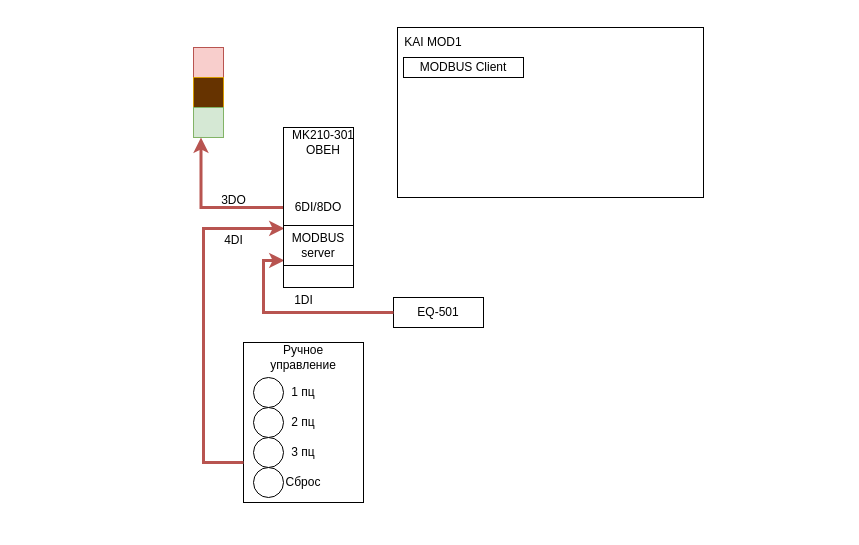
The draw.io diagram page "Общая схема" (1 of 2) of KAI.drawio in megavad/Diagrams, before the edit. Source tidied: cells renumbered, new cells numbered last; positions are measured from the earlier drawing's top-left corner, leaving out a move shared by most shapes. Both pictures are drawn from the tidied source at 100%, with x=0, y=0 at pixel (193, 27).
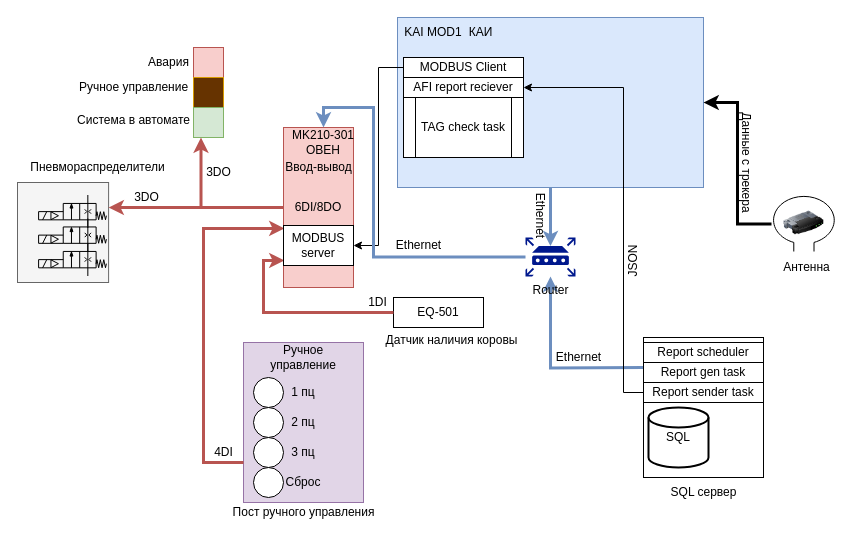
Above is the later version.

The change refers to these unchanged cells:
```xml
<mxCell id="18" value="MK210-301&lt;div&gt;ОВЕН&lt;/div&gt;" style="text;html=1;align=center;verticalAlign=middle;whiteSpace=wrap;rounded=0;" parent="1" vertex="1">
  <mxGeometry x="70" y="100" width="120" height="30" as="geometry" />
</mxCell>
<mxCell id="26" value="MODBUS Client" style="rounded=0;whiteSpace=wrap;html=1;" parent="1" vertex="1">
  <mxGeometry x="210" y="30" width="120" height="20" as="geometry" />
</mxCell>
<mxCell id="27" value="MODBUS server" style="rounded=0;whiteSpace=wrap;html=1;" parent="1" vertex="1">
  <mxGeometry x="90" y="198" width="70" height="40" as="geometry" />
</mxCell>
```

The edit, as a diff of the source:
```diff
@@
+    <mxCell id="28" style="rounded=0;whiteSpace=wrap;html=1;fillColor=#f5f5f5;fontColor=#333333;strokeColor=#666666;" parent="1" vertex="1">
+      <mxGeometry x="-176" y="155" width="91.1" height="100" as="geometry" />
+    </mxCell>
@@
+    <mxCell id="29" style="edgeStyle=orthogonalEdgeStyle;rounded=0;jettySize=auto;html=1;entryX=1;entryY=0.25;entryDx=0;entryDy=0;strokeWidth=3;fillColor=#f8cecc;strokeColor=#b85450;" parent="1" edge="1" source="6" target="28">
+      <mxGeometry relative="1" as="geometry" />
+    </mxCell>
-    <mxCell id="6" value="6DI/8DO" style="rounded=0;whiteSpace=wrap;html=1;" parent="1" vertex="1">
+    <mxCell id="6" value="6DI/8DO" style="rounded=0;whiteSpace=wrap;html=1;fillColor=#f8cecc;strokeColor=#b85450;" parent="1" vertex="1">
       <mxGeometry x="90" y="100" width="70" height="160" as="geometry" />
     </mxCell>
-    <mxCell id="7" style="rounded=0;whiteSpace=wrap;html=1;" parent="1" vertex="1">
+    <mxCell id="7" style="rounded=0;whiteSpace=wrap;html=1;fillColor=#e1d5e7;strokeColor=#9673a6;" parent="1" vertex="1">
       <mxGeometry x="50" y="315" width="120" height="160" as="geometry" />
     </mxCell>
@@
     <mxCell id="19" value="3DO" style="text;html=1;align=center;verticalAlign=middle;strokeColor=none;fillColor=none;" parent="1" vertex="1">
-      <mxGeometry x="15" y="158" width="50" height="30" as="geometry" />
+      <mxGeometry y="130" width="50" height="30" as="geometry" />
     </mxCell>
     <mxCell id="20" value="4DI" style="text;html=1;align=center;verticalAlign=middle;strokeColor=none;fillColor=none;" parent="1" vertex="1">
-      <mxGeometry x="20" y="198" width="40" height="30" as="geometry" />
+      <mxGeometry x="10" y="410" width="40" height="30" as="geometry" />
     </mxCell>
@@
     <mxCell id="23" value="1DI" style="text;html=1;align=center;verticalAlign=middle;strokeColor=none;fillColor=none;" parent="1" vertex="1">
-      <mxGeometry x="90" y="258" width="40" height="30" as="geometry" />
+      <mxGeometry x="164" y="260" width="40" height="30" as="geometry" />
     </mxCell>
-    <mxCell id="24" style="rounded=0;whiteSpace=wrap;html=1;" parent="1" vertex="1">
-      <mxGeometry x="204" width="306" height="170" as="geometry" />
+    <mxCell id="24" style="rounded=0;whiteSpace=wrap;html=1;fillColor=#dae8fc;strokeColor=#6c8ebf;" parent="1" vertex="1">
+      <mxGeometry x="204" y="-10" width="306" height="170" as="geometry" />
     </mxCell>
     <mxCell id="25" value="KAI MOD1" style="text;html=1;align=center;verticalAlign=middle;whiteSpace=wrap;rounded=0;" parent="1" vertex="1">
-      <mxGeometry x="210" width="60" height="30" as="geometry" />
+      <mxGeometry x="210" y="-10" width="60" height="30" as="geometry" />
     </mxCell>
+    <mxCell id="30" style="edgeStyle=orthogonalEdgeStyle;rounded=0;jettySize=auto;html=1;entryX=1;entryY=0.5;entryDx=0;entryDy=0;" parent="1" edge="1" source="26" target="27">
+      <mxGeometry relative="1" as="geometry" />
+    </mxCell>
@@
+    <mxCell id="31" value="AFI report reciever" style="rounded=0;whiteSpace=wrap;html=1;" parent="1" vertex="1">
+      <mxGeometry x="210" y="50" width="120" height="20" as="geometry" />
+    </mxCell>
+    <mxCell id="32" value="Ethernet" style="text;html=1;align=center;verticalAlign=middle;strokeColor=none;fillColor=none;rotation=90;" parent="1" vertex="1">
+      <mxGeometry x="312" y="173" width="70" height="30" as="geometry" />
+    </mxCell>
+    <mxCell id="33" style="edgeStyle=orthogonalEdgeStyle;rounded=0;jettySize=auto;html=1;strokeWidth=3;fillColor=#dae8fc;strokeColor=#6c8ebf;" parent="1" edge="1" target="35">
+      <mxGeometry relative="1" as="geometry">
+        <mxPoint x="450" y="340" as="sourcePoint" />
+      </mxGeometry>
+    </mxCell>
+    <mxCell id="34" style="edgeStyle=orthogonalEdgeStyle;rounded=0;jettySize=auto;html=1;entryX=0.5;entryY=0;entryDx=0;entryDy=0;strokeWidth=3;fillColor=#dae8fc;strokeColor=#6c8ebf;" parent="1" edge="1" source="35" target="18">
+      <mxGeometry relative="1" as="geometry">
+        <Array as="points">
+          <mxPoint x="180" y="230" />
+          <mxPoint x="180" y="80" />
+          <mxPoint x="130" y="80" />
+        </Array>
+      </mxGeometry>
+    </mxCell>
+    <mxCell id="35" value="Router" style="sketch=0;shadow=0;dashed=0;html=1;strokeColor=none;labelPosition=center;verticalLabelPosition=bottom;verticalAlign=top;align=center;fillColor=#00188D;shape=mxgraph.mscae.enterprise.router;" parent="1" vertex="1">
+      <mxGeometry x="332" y="210" width="50" height="39" as="geometry" />
+    </mxCell>
+    <mxCell id="36" style="edgeStyle=orthogonalEdgeStyle;rounded=0;jettySize=auto;html=1;entryX=0.5;entryY=0.22;entryDx=0;entryDy=0;entryPerimeter=0;strokeWidth=3;fillColor=#dae8fc;strokeColor=#6c8ebf;" parent="1" edge="1" source="24" target="35">
+      <mxGeometry relative="1" as="geometry" />
+    </mxCell>
+    <mxCell id="37" value="Ethernet" style="text;html=1;align=center;verticalAlign=middle;strokeColor=none;fillColor=none;" parent="1" vertex="1">
+      <mxGeometry x="190" y="203" width="70" height="30" as="geometry" />
+    </mxCell>
+    <mxCell id="38" style="image;html=1;image=img/lib/clip_art/networking/Router_128x128.png;" parent="1" vertex="1">
+      <mxGeometry x="590.4" y="168.9" width="40" height="53" as="geometry" />
+    </mxCell>
+    <mxCell id="39" style="edgeStyle=orthogonalEdgeStyle;rounded=0;jettySize=auto;html=1;entryX=1;entryY=0.5;entryDx=0;entryDy=0;strokeWidth=3;" parent="1" edge="1" source="40" target="24">
+      <mxGeometry relative="1" as="geometry" />
+    </mxCell>
+    <mxCell id="40" style="verticalLabelPosition=bottom;shadow=0;dashed=0;align=center;html=1;verticalAlign=top;shape=mxgraph.electrical.radio.loop_antenna;" parent="1" vertex="1">
+      <mxGeometry x="578" y="168.9" width="64.8" height="55.1" as="geometry" />
+    </mxCell>
+    <mxCell id="41" value="Антенна" style="text;html=1;align=center;verticalAlign=middle;strokeColor=none;fillColor=none;" parent="1" vertex="1">
+      <mxGeometry x="578" y="225" width="70" height="30" as="geometry" />
+    </mxCell>
+    <mxCell id="42" value="Ethernet" style="text;html=1;align=center;verticalAlign=middle;strokeColor=none;fillColor=none;" parent="1" vertex="1">
+      <mxGeometry x="350" y="315" width="70" height="30" as="geometry" />
+    </mxCell>
+    <mxCell id="43" style="rounded=0;whiteSpace=wrap;html=1;" parent="1" vertex="1">
+      <mxGeometry x="450" y="310" width="120" height="140" as="geometry" />
+    </mxCell>
+    <mxCell id="44" value="SQL сервер" style="text;html=1;align=center;verticalAlign=middle;strokeColor=none;fillColor=none;" parent="1" vertex="1">
+      <mxGeometry x="465" y="450" width="90" height="30" as="geometry" />
+    </mxCell>
+    <mxCell id="45" style="edgeStyle=orthogonalEdgeStyle;rounded=0;jettySize=auto;html=1;entryX=1;entryY=0.5;entryDx=0;entryDy=0;" parent="1" edge="1" source="46" target="31">
+      <mxGeometry relative="1" as="geometry">
+        <Array as="points">
+          <mxPoint x="430" y="365" />
+          <mxPoint x="430" y="60" />
+        </Array>
+      </mxGeometry>
+    </mxCell>
+    <mxCell id="46" value="Report sender task" style="rounded=0;whiteSpace=wrap;html=1;" parent="1" vertex="1">
+      <mxGeometry x="450" y="355" width="120" height="20" as="geometry" />
+    </mxCell>
+    <mxCell id="47" value="Report gen task" style="rounded=0;whiteSpace=wrap;html=1;" parent="1" vertex="1">
+      <mxGeometry x="450" y="335" width="120" height="20" as="geometry" />
+    </mxCell>
+    <mxCell id="48" value="Report scheduler" style="rounded=0;whiteSpace=wrap;html=1;" parent="1" vertex="1">
+      <mxGeometry x="450" y="315" width="120" height="20" as="geometry" />
+    </mxCell>
+    <mxCell id="49" value="Данные с трекера" style="text;html=1;align=center;verticalAlign=middle;strokeColor=none;fillColor=none;rotation=90;" parent="1" vertex="1">
+      <mxGeometry x="488" y="120" width="130" height="30" as="geometry" />
+    </mxCell>
+    <mxCell id="50" value="SQL" style="strokeWidth=2;html=1;shape=mxgraph.flowchart.database;whiteSpace=wrap;" parent="1" vertex="1">
+      <mxGeometry x="455" y="380" width="60" height="60" as="geometry" />
+    </mxCell>
+    <mxCell id="51" value="JSON" style="text;html=1;align=center;verticalAlign=middle;strokeColor=none;fillColor=none;rotation=270;" parent="1" vertex="1">
+      <mxGeometry x="410" y="219" width="60" height="30" as="geometry" />
+    </mxCell>
+    <mxCell id="52" value="TAG check task" style="shape=process;whiteSpace=wrap;html=1;backgroundOutline=1;" parent="1" vertex="1">
+      <mxGeometry x="210" y="70" width="120" height="60" as="geometry" />
+    </mxCell>
+    <mxCell id="53" style="verticalLabelPosition=bottom;html=1;verticalAlign=top;fillColor=strokeColor;align=center;shape=mxgraph.fluid_power.x10240;" parent="1" vertex="1">
+      <mxGeometry x="-154.9" y="167.5" width="67.8" height="33" as="geometry" />
+    </mxCell>
+    <mxCell id="54" style="verticalLabelPosition=bottom;html=1;verticalAlign=top;fillColor=strokeColor;align=center;shape=mxgraph.fluid_power.x10240;" parent="1" vertex="1">
+      <mxGeometry x="-154.9" y="191" width="67.8" height="33" as="geometry" />
+    </mxCell>
+    <mxCell id="55" style="verticalLabelPosition=bottom;html=1;verticalAlign=top;fillColor=strokeColor;align=center;shape=mxgraph.fluid_power.x10240;" parent="1" vertex="1">
+      <mxGeometry x="-154.9" y="215.5" width="67.8" height="33" as="geometry" />
+    </mxCell>
+    <mxCell id="56" value="3DO" style="text;html=1;align=center;verticalAlign=middle;strokeColor=none;fillColor=none;" parent="1" vertex="1">
+      <mxGeometry x="-72" y="155" width="50" height="30" as="geometry" />
+    </mxCell>
+    <mxCell id="57" value="Пневмораспределители" style="text;html=1;align=center;verticalAlign=middle;strokeColor=none;fillColor=none;" parent="1" vertex="1">
+      <mxGeometry x="-176" y="125" width="160" height="30" as="geometry" />
+    </mxCell>
+    <mxCell id="58" value="Авария" style="text;html=1;align=center;verticalAlign=middle;strokeColor=none;fillColor=none;" parent="1" vertex="1">
+      <mxGeometry x="-60" y="20" width="70" height="30" as="geometry" />
+    </mxCell>
+    <mxCell id="59" value="Ручное управление" style="text;html=1;align=center;verticalAlign=middle;strokeColor=none;fillColor=none;" parent="1" vertex="1">
+      <mxGeometry x="-125" y="44.9" width="130" height="30" as="geometry" />
+    </mxCell>
+    <mxCell id="60" value="Система в автомате" style="text;html=1;align=center;verticalAlign=middle;strokeColor=none;fillColor=none;" parent="1" vertex="1">
+      <mxGeometry x="-130" y="78" width="140" height="30" as="geometry" />
+    </mxCell>
+    <mxCell id="61" value="Пост ручного управления" style="text;html=1;align=center;verticalAlign=middle;strokeColor=none;fillColor=none;" parent="1" vertex="1">
+      <mxGeometry x="25" y="470" width="170" height="30" as="geometry" />
+    </mxCell>
+    <mxCell id="62" value="Датчик наличия коровы" style="text;html=1;align=center;verticalAlign=middle;strokeColor=none;fillColor=none;" parent="1" vertex="1">
+      <mxGeometry x="178" y="298" width="160" height="30" as="geometry" />
+    </mxCell>
+    <mxCell id="63" value="КАИ" style="text;html=1;align=center;verticalAlign=middle;strokeColor=none;fillColor=none;" parent="1" vertex="1">
+      <mxGeometry x="262" y="-10" width="50" height="30" as="geometry" />
+    </mxCell>
+    <mxCell id="64" value="Ввод-вывод" style="text;html=1;align=center;verticalAlign=middle;strokeColor=none;fillColor=none;" parent="1" vertex="1">
+      <mxGeometry x="80" y="125" width="90" height="30" as="geometry" />
+    </mxCell>
```
